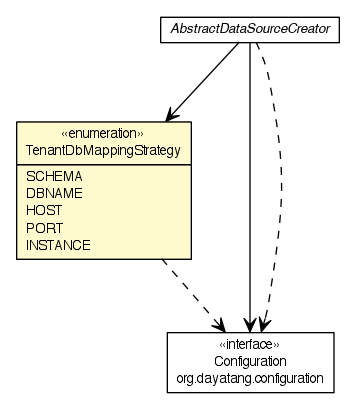
Before: dddlib-datasource-saas/apidocs/org/dayatang/datasource4saas/dscreator/TenantDbMappingStrategy.png, a diagram exported from Graphviz (dayatang/dddlib). Its source is kept beside it as dddlib-datasource-saas/apidocs/org/dayatang/datasource4saas/dscreator/TenantDbMappingStrategy.dot. Its diagram source:
```dot

digraph G {
	edge [fontname="Helvetica",fontsize=10,labelfontname="Helvetica",labelfontsize=10];
	node [fontname="Helvetica",fontsize=10,shape=plaintext];
	nodesep=0.25;
	ranksep=0.5;
	c418 [label=<<table title="org.dayatang.datasource4saas.dscreator.TenantDbMappingStrategy" border="0" cellborder="1" cellspacing="0" cellpadding="2" port="p" bgcolor="lemonChiffon" href="./TenantDbMappingStrategy.html">
		<tr><td><table border="0" cellspacing="0" cellpadding="1">
<tr><td align="center" balign="center"> &#171;enumeration&#187; </td></tr>
<tr><td align="center" balign="center"> TenantDbMappingStrategy </td></tr>
		</table></td></tr>
		<tr><td><table border="0" cellspacing="0" cellpadding="1">
<tr><td align="left" balign="left"> SCHEMA </td></tr>
<tr><td align="left" balign="left"> DBNAME </td></tr>
<tr><td align="left" balign="left"> HOST </td></tr>
<tr><td align="left" balign="left"> PORT </td></tr>
<tr><td align="left" balign="left"> INSTANCE </td></tr>
		</table></td></tr>
		</table>>, URL="./TenantDbMappingStrategy.html", fontname="Helvetica", fontcolor="black", fontsize=10.0];
	c425 [label=<<table title="org.dayatang.datasource4saas.dscreator.AbstractDataSourceCreator" border="0" cellborder="1" cellspacing="0" cellpadding="2" port="p" href="./AbstractDataSourceCreator.html">
		<tr><td><table border="0" cellspacing="0" cellpadding="1">
<tr><td align="center" balign="center"><font face="Helvetica-Oblique"> AbstractDataSourceCreator </font></td></tr>
		</table></td></tr>
		</table>>, URL="./AbstractDataSourceCreator.html", fontname="Helvetica", fontcolor="black", fontsize=10.0];
	c425:p -> c434:p [taillabel="", label=" "headlabel="", fontname="Helvetica", fontcolor="black", fontsize=10.0, color="black", arrowhead=open];
	c425:p -> c418:p [taillabel="", label=" "headlabel="", fontname="Helvetica", fontcolor="black", fontsize=10.0, color="black", arrowhead=open];
	c418:p -> c434:p [taillabel="", label=" "headlabel="", fontname="Helvetica", fontcolor="black", fontsize=10.0, color="black", arrowhead=open, style=dashed];
	c425:p -> c434:p [taillabel="", label=" "headlabel="", fontname="Helvetica", fontcolor="black", fontsize=10.0, color="black", arrowhead=open, style=dashed];
	c434 [label=<<table title="org.dayatang.configuration.Configuration" border="0" cellborder="1" cellspacing="0" cellpadding="2" port="p" href="http://java.sun.com/j2se/1.4.2/docs/api/org/dayatang/configuration/Configuration.html">
		<tr><td><table border="0" cellspacing="0" cellpadding="1">
<tr><td align="center" balign="center"> &#171;interface&#187; </td></tr>
<tr><td align="center" balign="center"> Configuration </td></tr>
<tr><td align="center" balign="center"> org.dayatang.configuration </td></tr>
		</table></td></tr>
		</table>>, URL="http://java.sun.com/j2se/1.4.2/docs/api/org/dayatang/configuration/Configuration.html", fontname="Helvetica", fontcolor="black", fontsize=10.0];
}
```
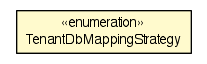
Later version of the same file.

What changed in the source:
```diff
@@ -4,33 +4,10 @@
 	node [fontname="Helvetica",fontsize=10,shape=plaintext];
 	nodesep=0.25;
 	ranksep=0.5;
-	c418 [label=<<table title="org.dayatang.datasource4saas.dscreator.TenantDbMappingStrategy" border="0" cellborder="1" cellspacing="0" cellpadding="2" port="p" bgcolor="lemonChiffon" href="./TenantDbMappingStrategy.html">
+	c412 [label=<<table title="org.dayatang.datasource4saas.dscreator.TenantDbMappingStrategy" border="0" cellborder="1" cellspacing="0" cellpadding="2" port="p" bgcolor="lemonChiffon" href="./TenantDbMappingStrategy.html">
 		<tr><td><table border="0" cellspacing="0" cellpadding="1">
 <tr><td align="center" balign="center"> &#171;enumeration&#187; </td></tr>
 <tr><td align="center" balign="center"> TenantDbMappingStrategy </td></tr>
 		</table></td></tr>
-		<tr><td><table border="0" cellspacing="0" cellpadding="1">
-<tr><td align="left" balign="left"> SCHEMA </td></tr>
-<tr><td align="left" balign="left"> DBNAME </td></tr>
-<tr><td align="left" balign="left"> HOST </td></tr>
-<tr><td align="left" balign="left"> PORT </td></tr>
-<tr><td align="left" balign="left"> INSTANCE </td></tr>
-		</table></td></tr>
 		</table>>, URL="./TenantDbMappingStrategy.html", fontname="Helvetica", fontcolor="black", fontsize=10.0];
-	c425 [label=<<table title="org.dayatang.datasource4saas.dscreator.AbstractDataSourceCreator" border="0" cellborder="1" cellspacing="0" cellpadding="2" port="p" href="./AbstractDataSourceCreator.html">
-		<tr><td><table border="0" cellspacing="0" cellpadding="1">
-<tr><td align="center" balign="center"><font face="Helvetica-Oblique"> AbstractDataSourceCreator </font></td></tr>
-		</table></td></tr>
-		</table>>, URL="./AbstractDataSourceCreator.html", fontname="Helvetica", fontcolor="black", fontsize=10.0];
-	c425:p -> c434:p [taillabel="", label=" "headlabel="", fontname="Helvetica", fontcolor="black", fontsize=10.0, color="black", arrowhead=open];
-	c425:p -> c418:p [taillabel="", label=" "headlabel="", fontname="Helvetica", fontcolor="black", fontsize=10.0, color="black", arrowhead=open];
-	c418:p -> c434:p [taillabel="", label=" "headlabel="", fontname="Helvetica", fontcolor="black", fontsize=10.0, color="black", arrowhead=open, style=dashed];
-	c425:p -> c434:p [taillabel="", label=" "headlabel="", fontname="Helvetica", fontcolor="black", fontsize=10.0, color="black", arrowhead=open, style=dashed];
-	c434 [label=<<table title="org.dayatang.configuration.Configuration" border="0" cellborder="1" cellspacing="0" cellpadding="2" port="p" href="http://java.sun.com/j2se/1.4.2/docs/api/org/dayatang/configuration/Configuration.html">
-		<tr><td><table border="0" cellspacing="0" cellpadding="1">
-<tr><td align="center" balign="center"> &#171;interface&#187; </td></tr>
-<tr><td align="center" balign="center"> Configuration </td></tr>
-<tr><td align="center" balign="center"> org.dayatang.configuration </td></tr>
-		</table></td></tr>
-		</table>>, URL="http://java.sun.com/j2se/1.4.2/docs/api/org/dayatang/configuration/Configuration.html", fontname="Helvetica", fontcolor="black", fontsize=10.0];
 }
```
